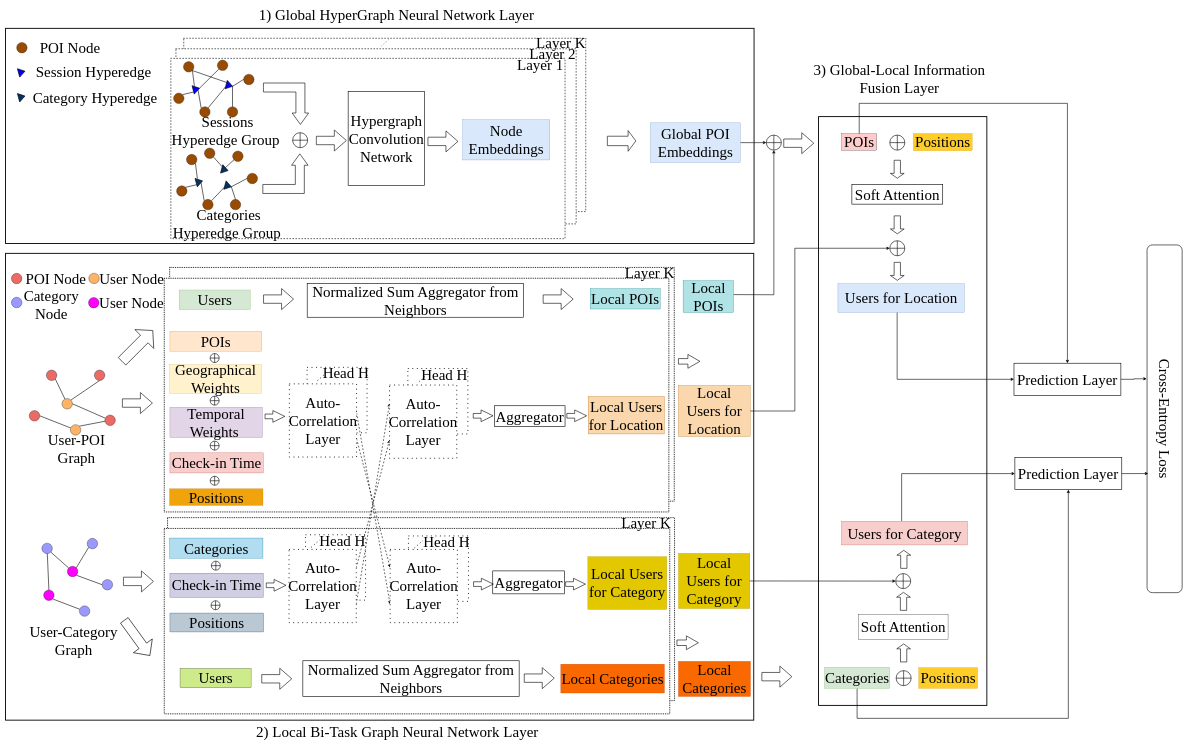
This is page "第 1 页" (1 of 2) of hgcn_nextpoi.drawio from chenshone/draw, a draw.io file, before an edit. Source tidied: cells renumbered, new cells numbered last; positions are measured from the earlier drawing's top-left corner, leaving out a move shared by most shapes. Both pictures are drawn from the tidied source at 30%, with x=0, y=0 at pixel (5, -21).
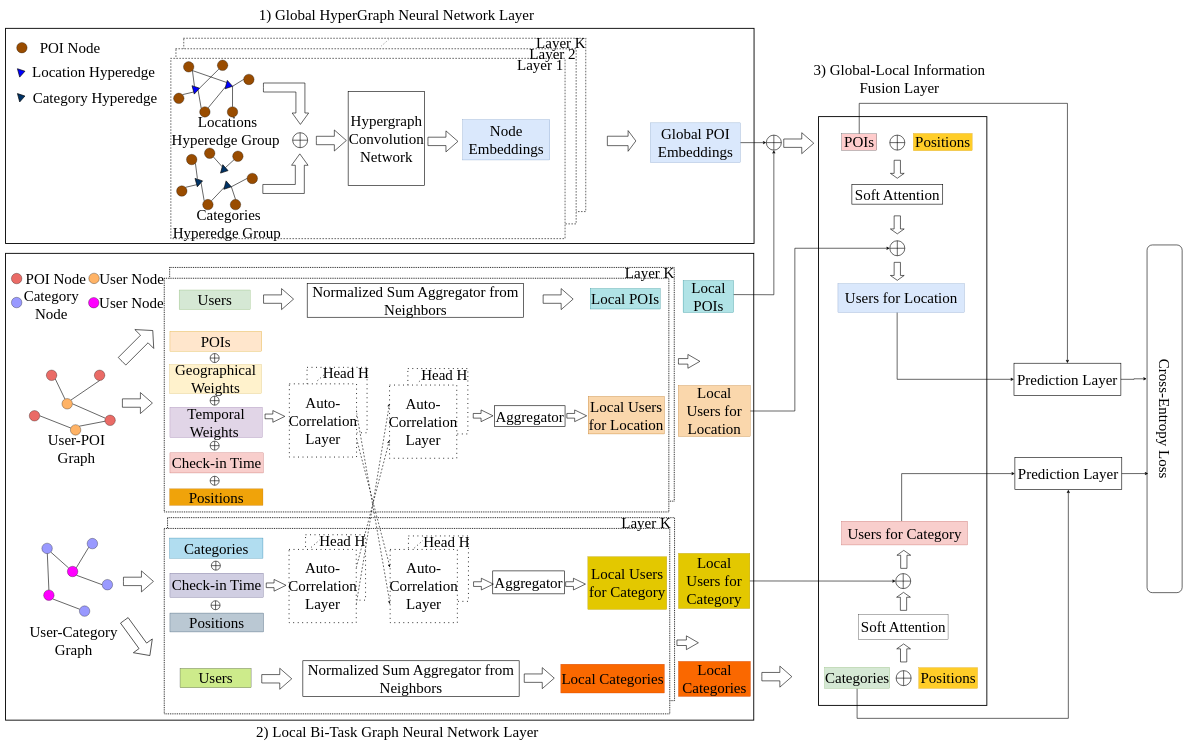
Above is the later version.

Change to the diagram source:
```diff
@@
-    <mxCell id="57" value="&lt;br style=&quot;font-size: 50px;&quot;&gt;Sessions Hyperedge Group&amp;nbsp;" style="text;html=1;strokeColor=none;fillColor=none;align=center;verticalAlign=middle;whiteSpace=wrap;rounded=0;fontColor=default;fontSize=50;fontFamily=Times New Roman;" parent="1" vertex="1">
+    <mxCell id="57" value="&lt;br style=&quot;font-size: 50px;&quot;&gt;Locations Hyperedge Group&amp;nbsp;" style="text;html=1;strokeColor=none;fillColor=none;align=center;verticalAlign=middle;whiteSpace=wrap;rounded=0;fontColor=default;fontSize=50;fontFamily=Times New Roman;" parent="1" vertex="1">
       <mxGeometry x="547" y="448.2" width="386" height="56.5" as="geometry" />
     </mxCell>
@@
-    <mxCell id="76" value="Session Hyperedge" style="text;html=1;strokeColor=none;fillColor=none;align=center;verticalAlign=middle;whiteSpace=wrap;rounded=0;fontColor=default;fontSize=50;fontFamily=Times New Roman;" parent="1" vertex="1">
+    <mxCell id="76" value="Location Hyperedge" style="text;html=1;strokeColor=none;fillColor=none;align=center;verticalAlign=middle;whiteSpace=wrap;rounded=0;fontColor=default;fontSize=50;fontFamily=Times New Roman;" parent="1" vertex="1">
       <mxGeometry x="86" y="293.8" width="415" height="33.2" as="geometry" />
     </mxCell>
```
